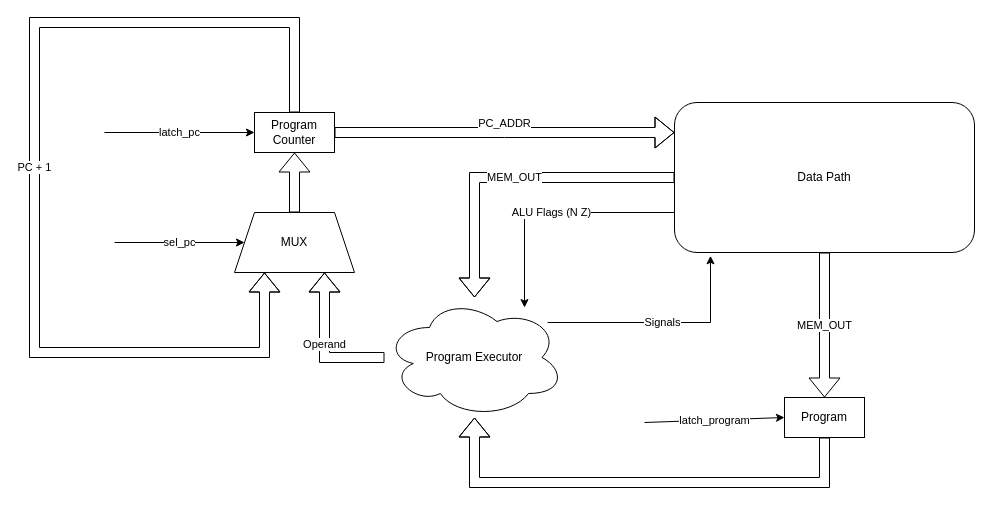
This is docs/schemes/cu.drawio from FEgor04/csa-lab3, a draw.io file, before an edit. Source tidied: cells renumbered, new cells numbered last; positions are measured from the earlier drawing's top-left corner, leaving out a move shared by most shapes. Both pictures are drawn from the tidied source at 100%, with x=0, y=0 at pixel (34, 22).
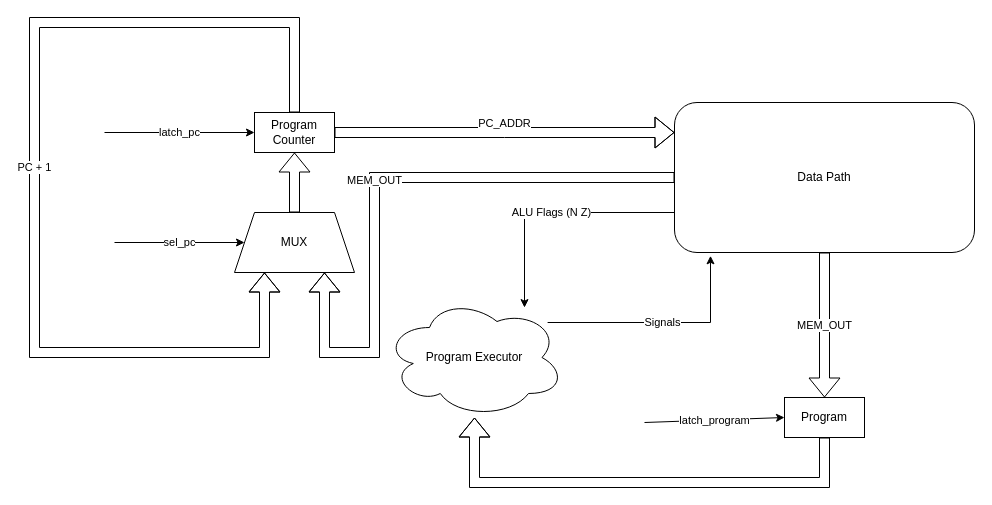
The same page after the edit.

Commit message:
docs: fix mem_out on control_unit

Unchanged cells that the change refers to:
```xml
<mxCell id="8" value="Data Path" style="rounded=1;whiteSpace=wrap;html=1;" parent="1" vertex="1">
  <mxGeometry x="640" y="80" width="300" height="150" as="geometry" />
</mxCell>
<mxCell id="12" value="Program Executor" style="ellipse;shape=cloud;whiteSpace=wrap;html=1;" parent="1" vertex="1">
  <mxGeometry x="350" y="275" width="180" height="120" as="geometry" />
</mxCell>
<mxCell id="14" value="MUX" style="shape=trapezoid;perimeter=trapezoidPerimeter;whiteSpace=wrap;html=1;fixedSize=1;" parent="1" vertex="1">
  <mxGeometry x="200" y="190" width="120" height="60" as="geometry" />
</mxCell>
```

What changed in the source:
```diff
@@
-    <mxCell id="5" value="MEM_OUT" style="edgeStyle=orthogonalEdgeStyle;rounded=0;jettySize=auto;html=1;shape=flexArrow;" parent="1" edge="1" source="8" target="12">
-      <mxGeometry relative="1" as="geometry" />
+    <mxCell id="5" value="MEM_OUT" style="edgeStyle=orthogonalEdgeStyle;rounded=0;jettySize=auto;html=1;shape=flexArrow;entryX=0.75;entryY=1;entryDx=0;entryDy=0;" parent="1" edge="1" source="8" target="14">
+      <mxGeometry relative="1" as="geometry">
+        <Array as="points">
+          <mxPoint x="340" y="155" />
+          <mxPoint x="340" y="330" />
+          <mxPoint x="290" y="330" />
+        </Array>
+      </mxGeometry>
     </mxCell>
@@
-    <mxCell id="11" value="Operand" style="edgeStyle=orthogonalEdgeStyle;rounded=0;jettySize=auto;html=1;entryX=0.75;entryY=1;entryDx=0;entryDy=0;shape=flexArrow;" parent="1" edge="1" source="12" target="14">
-      <mxGeometry relative="1" as="geometry" />
-    </mxCell>
```
